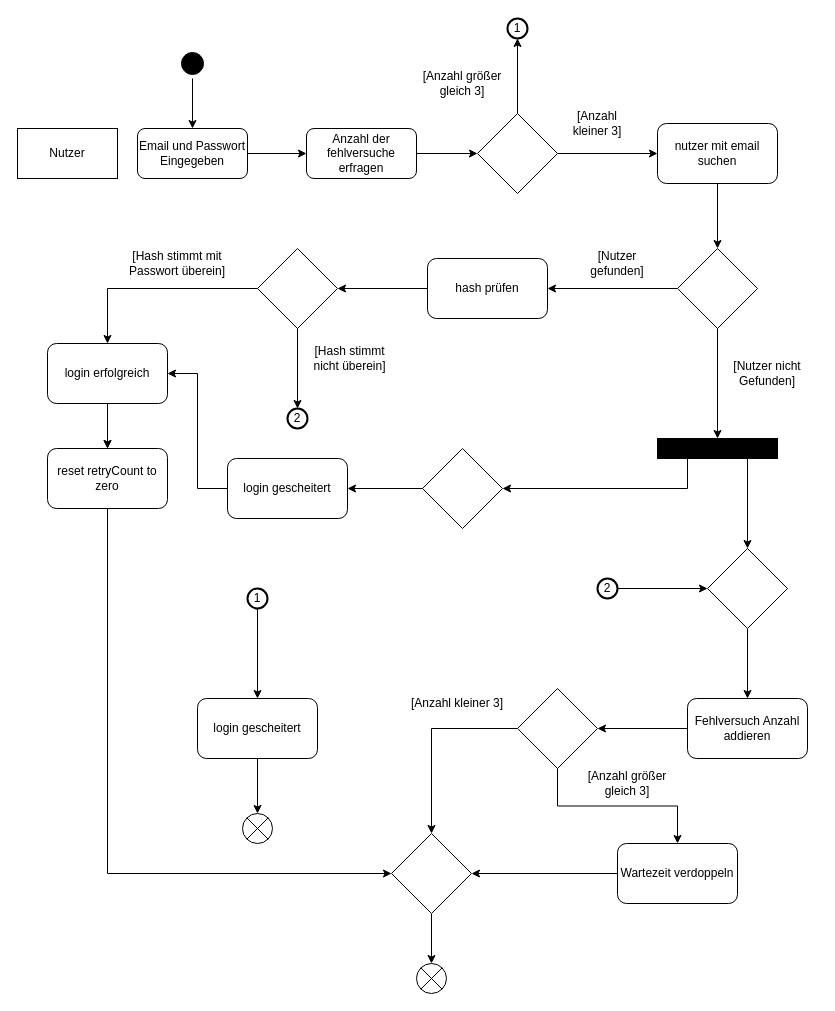
PooruTorie/YuriSense keeps this draw.io diagram as docs/loginAktivitätsDiagramm.drawio. Above is the earlier version. Source tidied: cells renumbered, new cells numbered last; positions are measured from the earlier drawing's top-left corner, leaving out a move shared by most shapes. Both pictures are drawn from the tidied source at 100%, with x=0, y=0 at pixel (17, 18).
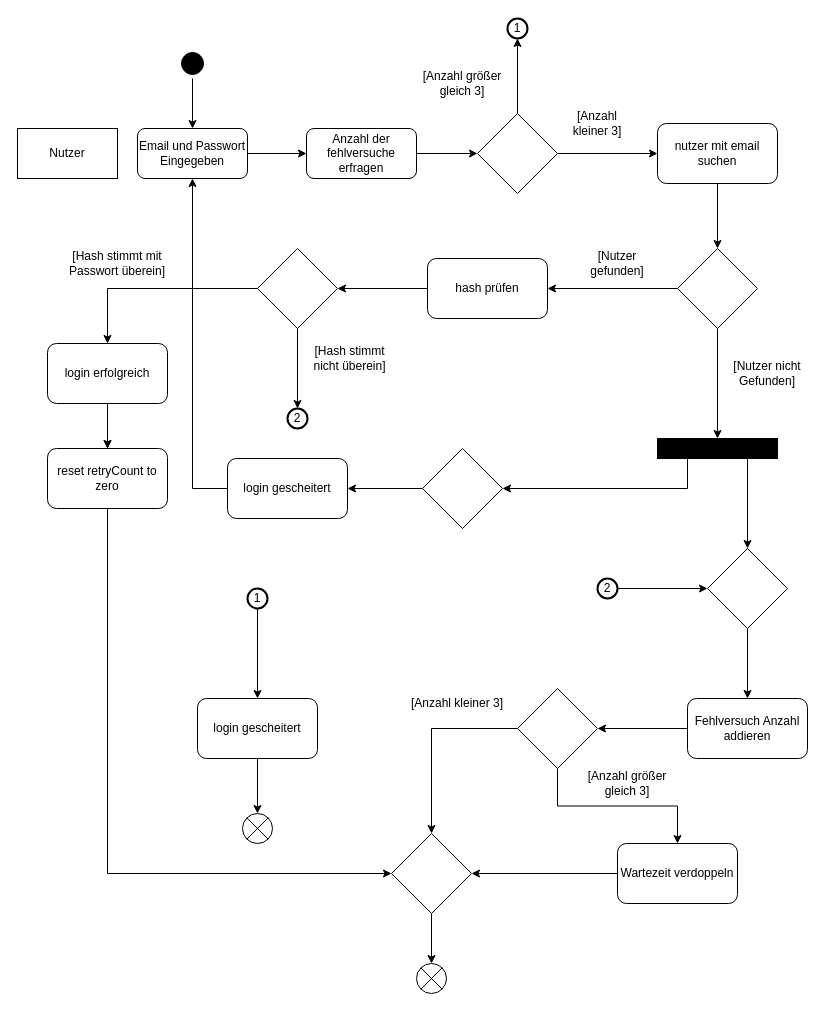
The same page after the edit.

Unchanged cells that the change refers to:
```xml
<mxCell id="3" value="Email und Passwort Eingegeben" style="rounded=1;whiteSpace=wrap;html=1;labelBackgroundColor=none;" parent="1" vertex="1">
  <mxGeometry x="120" y="110" width="110" height="50" as="geometry" />
</mxCell>
<mxCell id="18" value="&amp;nbsp;login erfolgreich&amp;nbsp;" style="rounded=1;whiteSpace=wrap;html=1;labelBackgroundColor=none;" parent="1" vertex="1">
  <mxGeometry x="30" y="325" width="120" height="60" as="geometry" />
</mxCell>
<mxCell id="61" value="login gescheitert" style="rounded=1;whiteSpace=wrap;html=1;labelBackgroundColor=none;" parent="1" vertex="1">
  <mxGeometry x="210" y="440" width="120" height="60" as="geometry" />
</mxCell>
```

What changed in the source:
```diff
@@
     <mxCell id="34" value="[Hash stimmt mit Passwort überein]" style="text;html=1;strokeColor=none;fillColor=none;align=center;verticalAlign=middle;whiteSpace=wrap;rounded=0;labelBackgroundColor=none;" parent="1" vertex="1">
-      <mxGeometry x="110" y="230" width="100" height="30" as="geometry" />
+      <mxGeometry x="50" y="230" width="100" height="30" as="geometry" />
     </mxCell>
@@
-    <mxCell id="60" style="edgeStyle=orthogonalEdgeStyle;rounded=0;jettySize=auto;html=1;entryX=1;entryY=0.5;entryDx=0;entryDy=0;" parent="1" edge="1" source="61" target="18">
-      <mxGeometry relative="1" as="geometry" />
+    <mxCell id="60" style="edgeStyle=orthogonalEdgeStyle;rounded=0;jettySize=auto;html=1;entryX=0.5;entryY=1;entryDx=0;entryDy=0;" parent="1" edge="1" source="61" target="3">
+      <mxGeometry relative="1" as="geometry">
+        <Array as="points">
+          <mxPoint x="175" y="470" />
+        </Array>
+      </mxGeometry>
     </mxCell>
```
